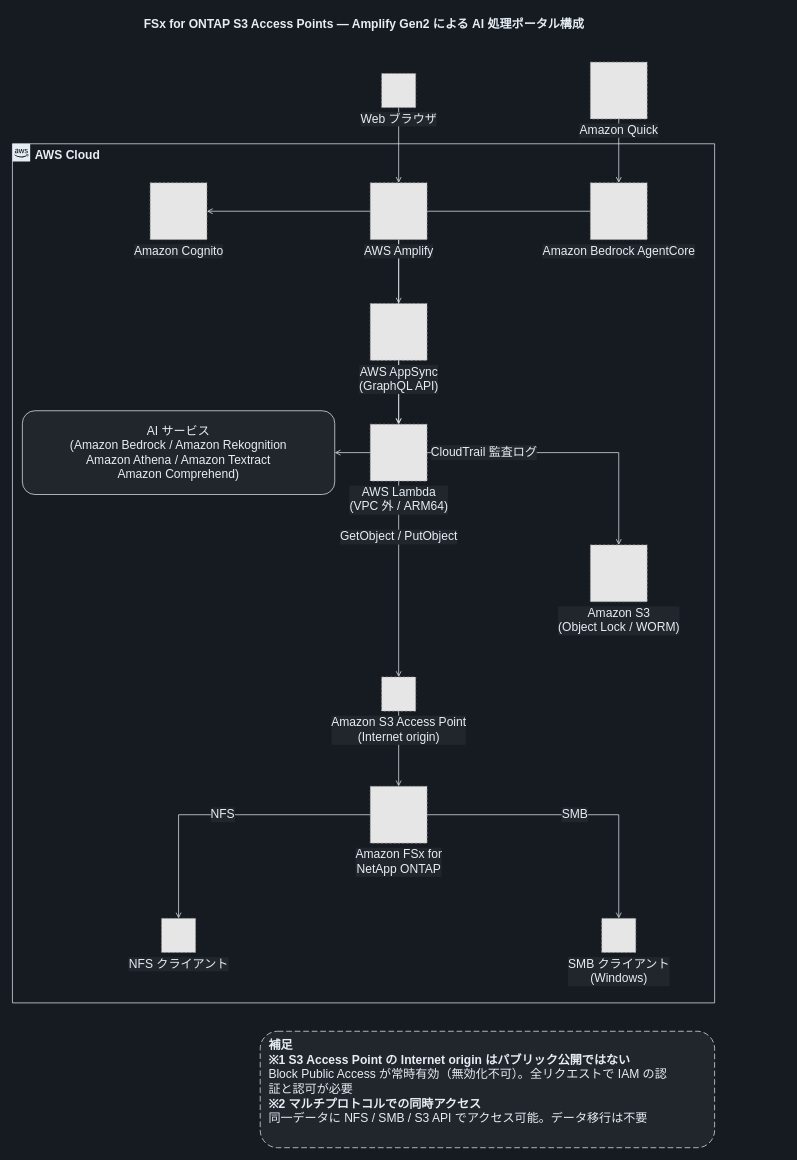
Earlier version of the draw.io diagram docs/diagrams/dark/amplify-vpc-split.drawio (Yoshiki0705/FSx-for-ONTAP-S3AccessPoints-Serverless-Patterns). Source tidied: cells renumbered, new cells numbered last; positions are measured from the earlier drawing's top-left corner, leaving out a move shared by most shapes. Both pictures are drawn from the tidied source at 71%, with x=0, y=0 at pixel (12, 12). Pictures stored in the file or linked from it are replaced by grey dashed boxes.
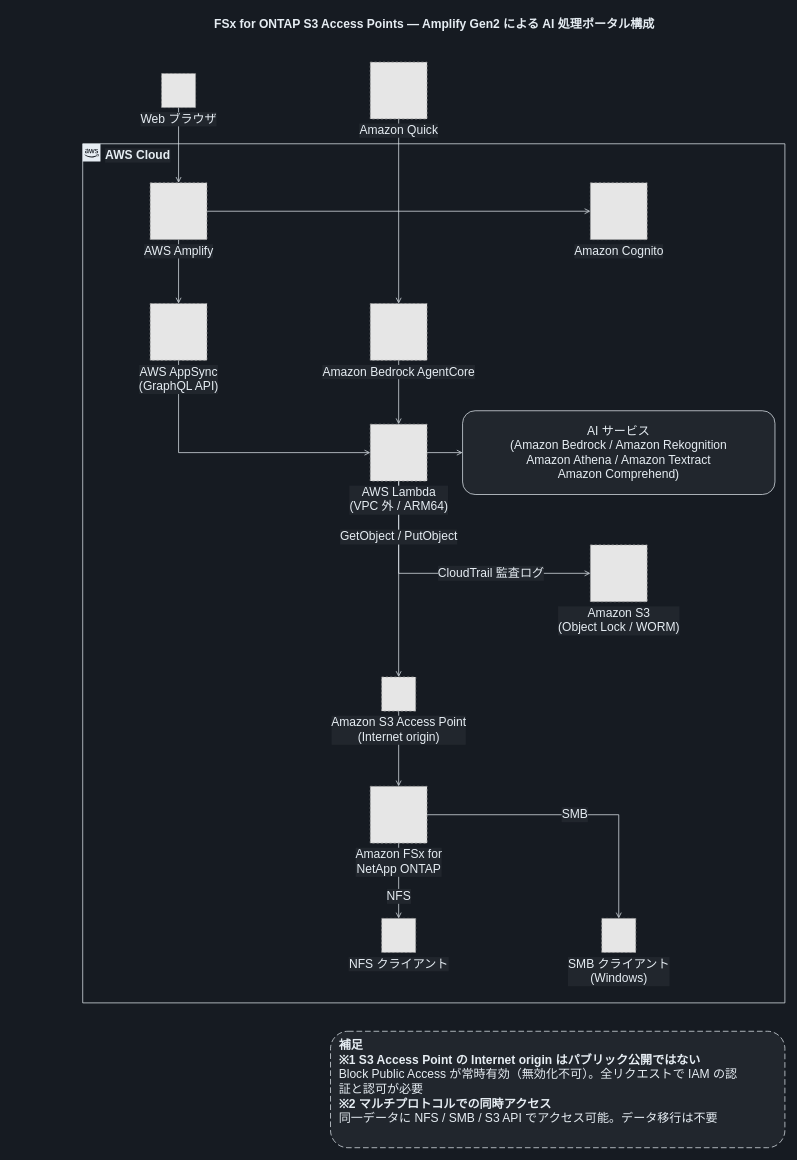
The same diagram, later.

Unchanged cells that the change refers to:
```xml
<mxCell id="24" value="Amazon S3&lt;br&gt;(Object Lock / WORM)" style="fillColor=#E6E6E6;strokeColor=#999999;dashed=1;html=1;verticalLabelPosition=bottom;verticalAlign=top;labelPosition=center;align=center;fontSize=17;fontColor=#E6EDF3;labelBackgroundColor=#21262D;" parent="1" vertex="1">
  <mxGeometry x="814" y="750" width="80" height="80" as="geometry" />
</mxCell>
<mxCell id="26" value="Amazon FSx for&lt;br&gt;NetApp ONTAP" style="fillColor=#E6E6E6;strokeColor=#999999;dashed=1;html=1;verticalLabelPosition=bottom;verticalAlign=top;labelPosition=center;align=center;fontSize=17;fontColor=#E6EDF3;labelBackgroundColor=#21262D;" parent="1" vertex="1">
  <mxGeometry x="504" y="1090" width="80" height="80" as="geometry" />
</mxCell>
```

Diff of the diagram source:
```diff
@@
     <mxCell id="2" value="FSx for ONTAP S3 Access Points — Amplify Gen2 による AI 処理ポータル構成" style="text;html=1;align=center;verticalAlign=middle;fontSize=17;fontStyle=1;fontColor=#E6EDF3;" parent="1" vertex="1">
-      <mxGeometry width="989" height="34" as="geometry" />
+      <mxGeometry x="99" width="989" height="34" as="geometry" />
     </mxCell>
-    <mxCell id="3" value="AWS Cloud" style="gradientColor=none;html=1;whiteSpace=wrap;fontSize=17;fontStyle=1;shape=mxgraph.aws4.group;grIcon=mxgraph.aws4.group_aws_cloud_alt;strokeColor=#E6EDF3;fillColor=none;verticalAlign=top;align=left;spacingLeft=30;fontColor=#E6EDF3;dashed=0;" parent="1" vertex="1">
-      <mxGeometry y="185" width="989" height="1210" as="geometry" />
-    </mxCell>
@@
-    <mxCell id="8" style="edgeStyle=orthogonalEdgeStyle;rounded=0;jettySize=auto;html=1;endArrow=open;endFill=0;strokeColor=#E6EDF3;strokeWidth=1;fontSize=17;fontColor=#E6EDF3;labelBackgroundColor=#21262D;" parent="1" edge="1" source="21" target="23">
+    <mxCell id="8" style="edgeStyle=orthogonalEdgeStyle;rounded=0;jettySize=auto;html=1;endArrow=open;endFill=0;strokeColor=#E6EDF3;strokeWidth=1;fontSize=17;fontColor=#E6EDF3;labelBackgroundColor=#21262D;exitX=0.5;exitY=1;exitDx=0;exitDy=0;entryX=0;entryY=0.5;entryDx=0;entryDy=0;" parent="1" edge="1" source="21" target="23">
       <mxGeometry relative="1" as="geometry" />
     </mxCell>
@@
-    <mxCell id="11" value="CloudTrail 監査ログ" style="edgeStyle=orthogonalEdgeStyle;rounded=0;jettySize=auto;html=1;endArrow=open;endFill=0;strokeColor=#E6EDF3;strokeWidth=1;fontSize=17;fontColor=#E6EDF3;labelBackgroundColor=#21262D;" parent="1" edge="1" source="23" target="24">
-      <mxGeometry x="-0.6" relative="1" as="geometry" />
+    <mxCell id="11" value="CloudTrail 監査ログ" style="edgeStyle=orthogonalEdgeStyle;rounded=0;jettySize=auto;html=1;endArrow=open;endFill=0;strokeColor=#E6EDF3;strokeWidth=1;fontSize=17;fontColor=#E6EDF3;labelBackgroundColor=#21262D;exitX=0.5;exitY=1;exitDx=0;exitDy=0;entryX=0;entryY=0.5;entryDx=0;entryDy=0;" parent="1" edge="1" source="23" target="24">
+      <mxGeometry x="0.3" relative="1" as="geometry" />
     </mxCell>
@@
     <mxCell id="14" value="NFS" style="edgeStyle=orthogonalEdgeStyle;rounded=0;jettySize=auto;html=1;endArrow=open;endFill=0;strokeColor=#E6EDF3;strokeWidth=1;fontSize=17;fontColor=#E6EDF3;labelBackgroundColor=#21262D;" parent="1" edge="1" source="26" target="27">
-      <mxGeometry relative="1" as="geometry" />
+      <mxGeometry relative="1" as="geometry">
+        <mxPoint y="22" as="offset" />
+      </mxGeometry>
     </mxCell>
@@
+    <mxCell id="3" value="AWS Cloud" style="gradientColor=none;html=1;whiteSpace=wrap;fontSize=17;fontStyle=1;shape=mxgraph.aws4.group;grIcon=mxgraph.aws4.group_aws_cloud_alt;strokeColor=#E6EDF3;fillColor=none;verticalAlign=top;align=left;spacingLeft=30;fontColor=#E6EDF3;dashed=0;labelBackgroundColor=#21262D;" parent="1" vertex="1">
+      <mxGeometry x="99" y="185" width="989" height="1210" as="geometry" />
+    </mxCell>
     <mxCell id="16" value="Web ブラウザ" style="fillColor=#E6E6E6;strokeColor=#999999;dashed=1;html=1;verticalLabelPosition=bottom;verticalAlign=top;labelPosition=center;align=center;fontSize=17;fontColor=#E6EDF3;labelBackgroundColor=#21262D;" parent="1" vertex="1">
-      <mxGeometry x="520" y="86" width="48" height="48" as="geometry" />
+      <mxGeometry x="210" y="86" width="48" height="48" as="geometry" />
     </mxCell>
     <mxCell id="17" value="Amazon Quick" style="fillColor=#E6E6E6;strokeColor=#999999;dashed=1;html=1;verticalLabelPosition=bottom;verticalAlign=top;labelPosition=center;align=center;fontSize=17;fontColor=#E6EDF3;labelBackgroundColor=#21262D;" parent="1" vertex="1">
-      <mxGeometry x="814" y="70" width="80" height="80" as="geometry" />
+      <mxGeometry x="504" y="70" width="80" height="80" as="geometry" />
     </mxCell>
+    <mxCell id="19" value="AWS Amplify" style="fillColor=#E6E6E6;strokeColor=#999999;dashed=1;html=1;verticalLabelPosition=bottom;verticalAlign=top;labelPosition=center;align=center;fontSize=17;fontColor=#E6EDF3;labelBackgroundColor=#21262D;" parent="1" vertex="1">
+      <mxGeometry x="194" y="240" width="80" height="80" as="geometry" />
+    </mxCell>
     <mxCell id="18" value="Amazon Cognito" style="fillColor=#E6E6E6;strokeColor=#999999;dashed=1;html=1;verticalLabelPosition=bottom;verticalAlign=top;labelPosition=center;align=center;fontSize=17;fontColor=#E6EDF3;labelBackgroundColor=#21262D;" parent="1" vertex="1">
-      <mxGeometry x="194" y="240" width="80" height="80" as="geometry" />
+      <mxGeometry x="814" y="240" width="80" height="80" as="geometry" />
     </mxCell>
-    <mxCell id="19" value="AWS Amplify" style="fillColor=#E6E6E6;strokeColor=#999999;dashed=1;html=1;verticalLabelPosition=bottom;verticalAlign=top;labelPosition=center;align=center;fontSize=17;fontColor=#E6EDF3;labelBackgroundColor=#21262D;" parent="1" vertex="1">
-      <mxGeometry x="504" y="240" width="80" height="80" as="geometry" />
-    </mxCell>
+    <mxCell id="21" value="AWS AppSync&lt;br&gt;(GraphQL API)" style="fillColor=#E6E6E6;strokeColor=#999999;dashed=1;html=1;verticalLabelPosition=bottom;verticalAlign=top;labelPosition=center;align=center;fontSize=17;fontColor=#E6EDF3;labelBackgroundColor=#21262D;" parent="1" vertex="1">
+      <mxGeometry x="194" y="410" width="80" height="80" as="geometry" />
+    </mxCell>
     <mxCell id="20" value="Amazon Bedrock AgentCore" style="fillColor=#E6E6E6;strokeColor=#999999;dashed=1;html=1;verticalLabelPosition=bottom;verticalAlign=top;labelPosition=center;align=center;fontSize=17;fontColor=#E6EDF3;labelBackgroundColor=#21262D;" parent="1" vertex="1">
-      <mxGeometry x="814" y="240" width="80" height="80" as="geometry" />
+      <mxGeometry x="504" y="410" width="80" height="80" as="geometry" />
     </mxCell>
-    <mxCell id="21" value="AWS AppSync&lt;br&gt;(GraphQL API)" style="fillColor=#E6E6E6;strokeColor=#999999;dashed=1;html=1;verticalLabelPosition=bottom;verticalAlign=top;labelPosition=center;align=center;fontSize=17;fontColor=#E6EDF3;labelBackgroundColor=#21262D;" parent="1" vertex="1">
-      <mxGeometry x="504" y="410" width="80" height="80" as="geometry" />
-    </mxCell>
+    <mxCell id="23" value="AWS Lambda&lt;br&gt;(VPC 外 / ARM64)" style="fillColor=#E6E6E6;strokeColor=#999999;dashed=1;html=1;verticalLabelPosition=bottom;verticalAlign=top;labelPosition=center;align=center;fontSize=17;fontColor=#E6EDF3;labelBackgroundColor=#21262D;" parent="1" vertex="1">
+      <mxGeometry x="504" y="580" width="80" height="80" as="geometry" />
+    </mxCell>
     <mxCell id="22" value="AI サービス&lt;br&gt;(Amazon Bedrock / Amazon Rekognition&lt;br&gt;Amazon Athena / Amazon Textract&lt;br&gt;Amazon Comprehend)" style="rounded=1;whiteSpace=wrap;html=1;dashed=0;strokeColor=#E6EDF3;fillColor=#21262D;align=center;verticalAlign=middle;fontSize=17;fontColor=#E6EDF3;" parent="1" vertex="1">
-      <mxGeometry x="14" y="561" width="440" height="118" as="geometry" />
+      <mxGeometry x="634" y="561" width="440" height="118" as="geometry" />
     </mxCell>
-    <mxCell id="23" value="AWS Lambda&lt;br&gt;(VPC 外 / ARM64)" style="fillColor=#E6E6E6;strokeColor=#999999;dashed=1;html=1;verticalLabelPosition=bottom;verticalAlign=top;labelPosition=center;align=center;fontSize=17;fontColor=#E6EDF3;labelBackgroundColor=#21262D;" parent="1" vertex="1">
-      <mxGeometry x="504" y="580" width="80" height="80" as="geometry" />
-    </mxCell>
@@
     <mxCell id="27" value="NFS クライアント" style="fillColor=#E6E6E6;strokeColor=#999999;dashed=1;html=1;verticalLabelPosition=bottom;verticalAlign=top;labelPosition=center;align=center;fontSize=17;fontColor=#E6EDF3;labelBackgroundColor=#21262D;" parent="1" vertex="1">
-      <mxGeometry x="210" y="1276" width="48" height="48" as="geometry" />
+      <mxGeometry x="520" y="1276" width="48" height="48" as="geometry" />
     </mxCell>
@@
     <mxCell id="29" value="&lt;b&gt;補足&lt;/b&gt;&lt;br&gt;&lt;b&gt;※1 S3 Access Point の Internet origin はパブリック公開ではない&lt;/b&gt;&lt;br&gt;Block Public Access が常時有効（無効化不可）。全リクエストで IAM の認&lt;br&gt;証と認可が必要&lt;br&gt;&lt;b&gt;※2 マルチプロトコルでの同時アクセス&lt;/b&gt;&lt;br&gt;同一データに NFS / SMB / S3 API でアクセス可能。データ移行は不要" style="rounded=1;whiteSpace=wrap;html=1;dashed=1;dashPattern=8 4;strokeColor=#E6EDF3;fillColor=#21262D;align=left;verticalAlign=top;spacingLeft=10;spacingTop=4;fontSize=17;fontColor=#E6EDF3;" parent="1" vertex="1">
-      <mxGeometry x="349" y="1435" width="640" height="164" as="geometry" />
+      <mxGeometry x="448" y="1435" width="640" height="164" as="geometry" />
     </mxCell>
```
